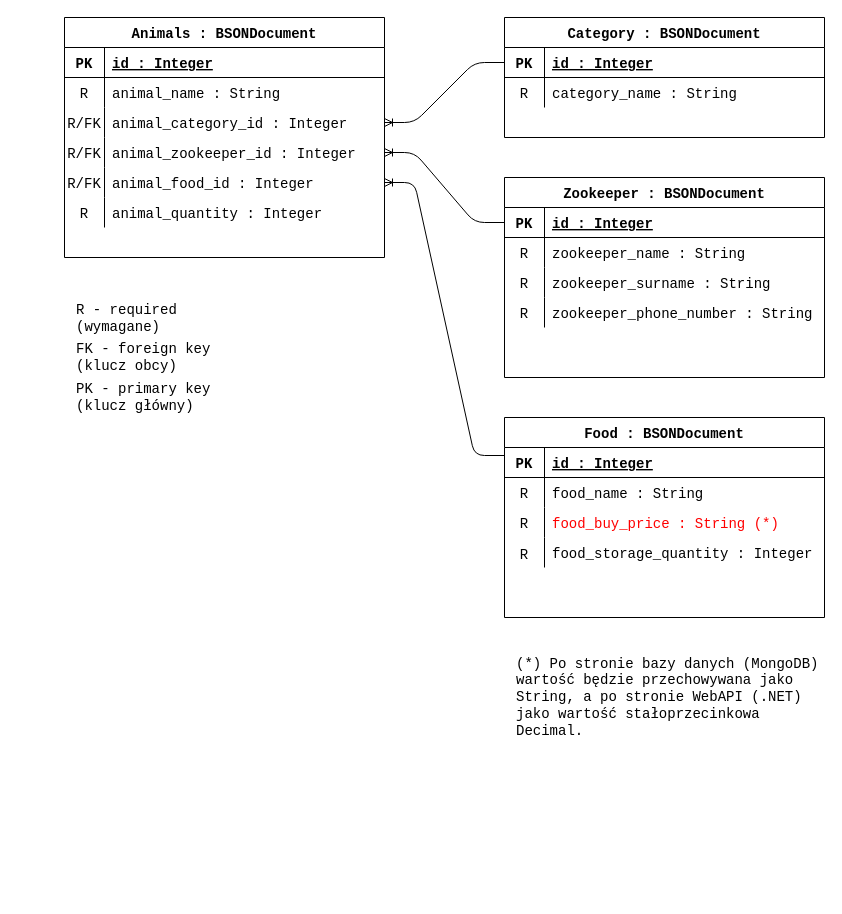
Above: assets/diagrams/PDM.drawio in LukaszMichalsky/Project_TIU (draw.io), before the change. Source tidied: cells renumbered, new cells numbered last; positions are measured from the earlier drawing's top-left corner, leaving out a move shared by most shapes. Both pictures are drawn from the tidied source at 100%, with x=0, y=0 at pixel (64, 17).
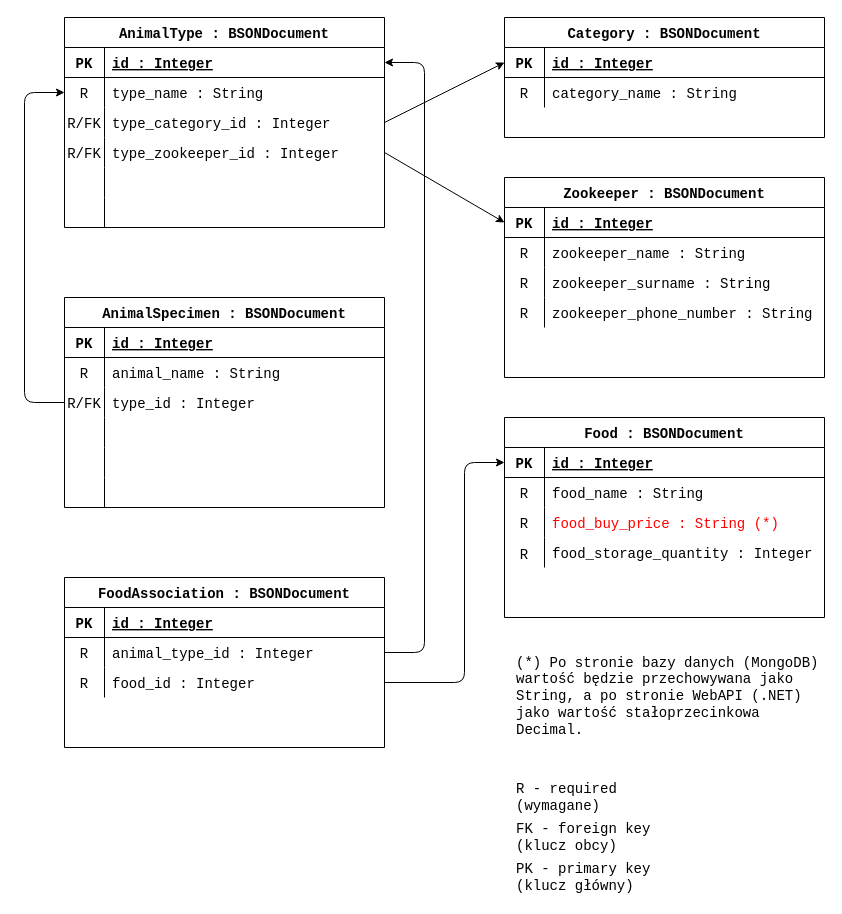
After the change.

Commit message:
Updated PDM diagram

Unchanged cells that the change refers to:
```xml
<mxCell id="3" style="shape=partialRectangle;fillColor=none;top=0;left=0;bottom=1;right=0;points=[[0,0.5],[1,0.5]];portConstraint=eastwest;fontFamily=Courier New;fontSize=14;" parent="2" vertex="1">
  <mxGeometry y="30" width="320" height="30" as="geometry" />
</mxCell>
<mxCell id="16" style="shape=partialRectangle;fillColor=none;top=0;left=0;bottom=1;right=0;points=[[0,0.5],[1,0.5]];portConstraint=eastwest;fontFamily=Courier New;fontSize=14;" parent="15" vertex="1">
  <mxGeometry y="30" width="320" height="30" as="geometry" />
</mxCell>
<mxCell id="24" style="shape=partialRectangle;fillColor=none;top=0;left=0;bottom=1;right=0;points=[[0,0.5],[1,0.5]];portConstraint=eastwest;fontFamily=Courier New;fontSize=14;" parent="23" vertex="1">
  <mxGeometry y="30" width="320" height="30" as="geometry" />
</mxCell>
<mxCell id="38" style="group;fontFamily=Courier New;fontSize=14;" parent="1" vertex="1">
  <mxGeometry width="320" height="240" as="geometry" />
</mxCell>
<mxCell id="40" style="shape=partialRectangle;fillColor=none;top=0;left=0;bottom=1;right=0;points=[[0,0.5],[1,0.5]];portConstraint=eastwest;fontFamily=Courier New;fontSize=14;" parent="39" vertex="1">
  <mxGeometry y="30" width="320" height="30" as="geometry" />
</mxCell>
<mxCell id="43" style="shape=partialRectangle;fillColor=none;top=0;left=0;bottom=0;right=0;points=[[0,0.5],[1,0.5]];portConstraint=eastwest;fontFamily=Courier New;fontSize=14;" parent="39" vertex="1">
  <mxGeometry y="60" width="320" height="30" as="geometry" />
</mxCell>
<mxCell id="46" style="shape=partialRectangle;fillColor=none;top=0;left=0;bottom=0;right=0;points=[[0,0.5],[1,0.5]];portConstraint=eastwest;fontFamily=Courier New;fontSize=14;" parent="39" vertex="1">
  <mxGeometry y="90" width="320" height="30" as="geometry" />
</mxCell>
<mxCell id="49" style="shape=partialRectangle;fillColor=none;top=0;left=0;bottom=0;right=0;points=[[0,0.5],[1,0.5]];portConstraint=eastwest;fontFamily=Courier New;fontSize=14;" parent="39" vertex="1">
  <mxGeometry y="120" width="320" height="30" as="geometry" />
</mxCell>
<mxCell id="52" style="shape=partialRectangle;fillColor=none;top=0;left=0;bottom=0;right=0;points=[[0,0.5],[1,0.5]];portConstraint=eastwest;fontFamily=Courier New;fontSize=14;" parent="39" vertex="1">
  <mxGeometry y="150" width="320" height="30" as="geometry" />
</mxCell>
<mxCell id="55" style="shape=partialRectangle;fillColor=none;top=0;left=0;bottom=0;right=0;fontFamily=Courier New;fontSize=14;" parent="39" vertex="1">
  <mxGeometry y="180" width="320" height="30" as="geometry" />
</mxCell>
```

What changed in the source:
```diff
@@
-    <mxCell id="39" value="Animals : BSONDocument" style="shape=table;startSize=30;childLayout=tableLayout;rowLines=0;fontStyle=1;align=center;fontFamily=Courier New;fontSize=14;" parent="38" vertex="1">
-      <mxGeometry width="320" height="240" as="geometry" />
+    <mxCell id="39" value="AnimalType : BSONDocument" style="shape=table;startSize=30;childLayout=tableLayout;rowLines=0;fontStyle=1;align=center;fontFamily=Courier New;fontSize=14;" parent="38" vertex="1">
+      <mxGeometry width="320" height="210" as="geometry" />
     </mxCell>
@@
-    <mxCell id="45" value="animal_name : String" style="shape=partialRectangle;fillColor=none;top=0;left=0;bottom=0;right=0;align=left;spacingLeft=6;overflow=hidden;fontFamily=Courier New;fontSize=14;" parent="43" vertex="1">
+    <mxCell id="45" value="type_name : String" style="shape=partialRectangle;fillColor=none;top=0;left=0;bottom=0;right=0;align=left;spacingLeft=6;overflow=hidden;fontFamily=Courier New;fontSize=14;" parent="43" vertex="1">
       <mxGeometry x="40" width="280" height="30" as="geometry" />
     </mxCell>
@@
-    <mxCell id="48" value="animal_category_id : Integer" style="shape=partialRectangle;fillColor=none;top=0;left=0;bottom=0;right=0;align=left;spacingLeft=6;overflow=hidden;fontFamily=Courier New;fontSize=14;" parent="46" vertex="1">
+    <mxCell id="48" value="type_category_id : Integer" style="shape=partialRectangle;fillColor=none;top=0;left=0;bottom=0;right=0;align=left;spacingLeft=6;overflow=hidden;fontFamily=Courier New;fontSize=14;" parent="46" vertex="1">
       <mxGeometry x="40" width="280" height="30" as="geometry" />
     </mxCell>
@@
-    <mxCell id="51" value="animal_zookeeper_id : Integer" style="shape=partialRectangle;fillColor=none;top=0;left=0;bottom=0;right=0;align=left;spacingLeft=6;overflow=hidden;fontFamily=Courier New;fontSize=14;" parent="49" vertex="1">
+    <mxCell id="51" value="type_zookeeper_id : Integer" style="shape=partialRectangle;fillColor=none;top=0;left=0;bottom=0;right=0;align=left;spacingLeft=6;overflow=hidden;fontFamily=Courier New;fontSize=14;" parent="49" vertex="1">
       <mxGeometry x="40" width="280" height="30" as="geometry" />
     </mxCell>
@@
-    <mxCell id="53" value="R/FK" style="shape=partialRectangle;fillColor=none;top=0;left=0;bottom=0;right=0;overflow=hidden;fontFamily=Courier New;fontSize=14;" parent="52" vertex="1">
+    <mxCell id="53" style="shape=partialRectangle;fillColor=none;top=0;left=0;bottom=0;right=0;overflow=hidden;fontFamily=Courier New;fontSize=14;" parent="52" vertex="1">
       <mxGeometry width="40" height="30" as="geometry" />
     </mxCell>
-    <mxCell id="54" value="animal_food_id : Integer" style="shape=partialRectangle;fillColor=none;top=0;left=0;bottom=0;right=0;align=left;spacingLeft=6;overflow=hidden;fontFamily=Courier New;fontSize=14;" parent="52" vertex="1">
+    <mxCell id="54" style="shape=partialRectangle;fillColor=none;top=0;left=0;bottom=0;right=0;align=left;spacingLeft=6;overflow=hidden;fontFamily=Courier New;fontSize=14;" parent="52" vertex="1">
       <mxGeometry x="40" width="280" height="30" as="geometry" />
     </mxCell>
@@
-    <mxCell id="56" value="R" style="shape=partialRectangle;fillColor=none;top=0;left=0;bottom=0;right=0;overflow=hidden;fontFamily=Courier New;fontSize=14;" parent="55" vertex="1">
+    <mxCell id="56" style="shape=partialRectangle;fillColor=none;top=0;left=0;bottom=0;right=0;overflow=hidden;fontFamily=Courier New;fontSize=14;" parent="55" vertex="1">
       <mxGeometry width="40" height="30" as="geometry" />
     </mxCell>
-    <mxCell id="57" value="animal_quantity : Integer" style="shape=partialRectangle;fillColor=none;top=0;left=0;bottom=0;right=0;align=left;spacingLeft=6;overflow=hidden;fontFamily=Courier New;fontSize=14;" parent="55" vertex="1">
+    <mxCell id="57" style="shape=partialRectangle;fillColor=none;top=0;left=0;bottom=0;right=0;align=left;spacingLeft=6;overflow=hidden;fontFamily=Courier New;fontSize=14;" parent="55" vertex="1">
       <mxGeometry x="40" width="280" height="30" as="geometry" />
     </mxCell>
-    <mxCell id="58" style="edgeStyle=entityRelationEdgeStyle;fontSize=14;html=1;endArrow=ERoneToMany;exitX=0;exitY=0.5;exitDx=0;exitDy=0;fontFamily=Courier New;" parent="1" edge="1" source="3" target="49">
-      <mxGeometry relative="1" as="geometry" />
-    </mxCell>
-    <mxCell id="59" style="edgeStyle=entityRelationEdgeStyle;fontSize=14;html=1;endArrow=ERoneToMany;exitX=0;exitY=0.5;exitDx=0;exitDy=0;fontFamily=Courier New;" parent="1" edge="1" source="16" target="46">
-      <mxGeometry relative="1" as="geometry" />
-    </mxCell>
-    <mxCell id="60" style="edgeStyle=entityRelationEdgeStyle;fontSize=14;html=1;endArrow=ERoneToMany;exitX=0;exitY=0.267;exitDx=0;exitDy=0;exitPerimeter=0;fontFamily=Courier New;" parent="1" edge="1" source="24" target="52">
-      <mxGeometry relative="1" as="geometry" />
-    </mxCell>
     <mxCell id="61" value="&lt;div&gt;R - required&lt;/div&gt;&lt;div&gt;(wymagane)&lt;/div&gt;" style="text;html=1;strokeColor=none;fillColor=none;align=left;verticalAlign=middle;whiteSpace=wrap;rounded=0;fontFamily=Courier New;fontSize=14;spacingLeft=10;" parent="1" vertex="1">
-      <mxGeometry y="281" width="240" height="39" as="geometry" />
+      <mxGeometry x="440" y="760.5" width="240" height="39" as="geometry" />
     </mxCell>
     <mxCell id="62" value="&lt;div&gt;FK - foreign key&lt;/div&gt;&lt;div&gt;(klucz obcy)&lt;br&gt;&lt;/div&gt;" style="text;html=1;strokeColor=none;fillColor=none;align=left;verticalAlign=middle;whiteSpace=wrap;rounded=0;fontFamily=Courier New;fontSize=14;spacingLeft=10;" parent="1" vertex="1">
-      <mxGeometry y="320" width="240" height="40" as="geometry" />
+      <mxGeometry x="440" y="799.5" width="240" height="40" as="geometry" />
     </mxCell>
     <mxCell id="63" value="&lt;div&gt;(*) Po stronie bazy danych (MongoDB)&lt;/div&gt;&lt;div&gt;wartość będzie przechowywana jako&lt;/div&gt;&lt;div&gt;String, a po stronie WebAPI (.NET)&lt;/div&gt;&lt;div&gt;jako wartość stałoprzecinkowa Decimal.&lt;br&gt;&lt;/div&gt;" style="text;html=1;strokeColor=none;fillColor=none;align=left;verticalAlign=middle;whiteSpace=wrap;rounded=0;fontFamily=Courier New;fontSize=14;spacingLeft=10;" parent="1" vertex="1">
-      <mxGeometry x="440" y="640" width="320" height="80" as="geometry" />
+      <mxGeometry x="440" y="639" width="320" height="80" as="geometry" />
     </mxCell>
     <mxCell id="64" value="&lt;div&gt;PK - primary key&lt;/div&gt;&lt;div&gt;(klucz główny)&lt;br&gt;&lt;/div&gt;" style="text;html=1;strokeColor=none;fillColor=none;align=left;verticalAlign=middle;whiteSpace=wrap;rounded=0;fontFamily=Courier New;fontSize=14;spacingLeft=10;" parent="1" vertex="1">
-      <mxGeometry y="360" width="240" height="40" as="geometry" />
+      <mxGeometry x="440" y="839.5" width="240" height="40" as="geometry" />
     </mxCell>
+    <mxCell id="65" style="group;fontFamily=Courier New;fontSize=14;" parent="1" vertex="1">
+      <mxGeometry y="280" width="320" height="160" as="geometry" />
+    </mxCell>
+    <mxCell id="66" value="AnimalSpecimen : BSONDocument" style="shape=table;startSize=30;childLayout=tableLayout;rowLines=0;fontStyle=1;align=center;fontFamily=Courier New;fontSize=14;" parent="65" vertex="1">
+      <mxGeometry width="320" height="210" as="geometry" />
+    </mxCell>
+    <mxCell id="67" style="shape=partialRectangle;fillColor=none;top=0;left=0;bottom=1;right=0;fontFamily=Courier New;fontSize=14;" parent="66" vertex="1">
+      <mxGeometry y="30" width="320" height="30" as="geometry" />
+    </mxCell>
+    <mxCell id="68" value="PK" style="shape=partialRectangle;fillColor=none;top=0;left=0;bottom=0;right=0;fontStyle=1;overflow=hidden;fontFamily=Courier New;fontSize=14;" parent="67" vertex="1">
+      <mxGeometry width="40" height="30" as="geometry" />
+    </mxCell>
+    <mxCell id="69" value="id : Integer" style="shape=partialRectangle;fillColor=none;top=0;left=0;bottom=0;right=0;align=left;spacingLeft=6;fontStyle=5;overflow=hidden;fontFamily=Courier New;fontSize=14;" parent="67" vertex="1">
+      <mxGeometry x="40" width="280" height="30" as="geometry" />
+    </mxCell>
+    <mxCell id="70" style="shape=partialRectangle;fillColor=none;top=0;left=0;bottom=0;right=0;fontFamily=Courier New;fontSize=14;" parent="66" vertex="1">
+      <mxGeometry y="60" width="320" height="30" as="geometry" />
+    </mxCell>
+    <mxCell id="71" value="R" style="shape=partialRectangle;fillColor=none;top=0;left=0;bottom=0;right=0;overflow=hidden;fontFamily=Courier New;fontSize=14;" parent="70" vertex="1">
+      <mxGeometry width="40" height="30" as="geometry" />
+    </mxCell>
+    <mxCell id="72" value="animal_name : String" style="shape=partialRectangle;fillColor=none;top=0;left=0;bottom=0;right=0;align=left;spacingLeft=6;overflow=hidden;fontFamily=Courier New;fontSize=14;" parent="70" vertex="1">
+      <mxGeometry x="40" width="280" height="30" as="geometry" />
+    </mxCell>
+    <mxCell id="73" style="shape=partialRectangle;fillColor=none;top=0;left=0;bottom=0;right=0;fontFamily=Courier New;fontSize=14;" parent="66" vertex="1">
+      <mxGeometry y="90" width="320" height="30" as="geometry" />
+    </mxCell>
+    <mxCell id="74" value="R/FK" style="shape=partialRectangle;fillColor=none;top=0;left=0;bottom=0;right=0;overflow=hidden;fontFamily=Courier New;fontSize=14;" parent="73" vertex="1">
+      <mxGeometry width="40" height="30" as="geometry" />
+    </mxCell>
+    <mxCell id="75" value="type_id : Integer" style="shape=partialRectangle;fillColor=none;top=0;left=0;bottom=0;right=0;align=left;spacingLeft=6;overflow=hidden;fontFamily=Courier New;fontSize=14;" parent="73" vertex="1">
+      <mxGeometry x="40" width="280" height="30" as="geometry" />
+    </mxCell>
+    <mxCell id="76" style="shape=partialRectangle;fillColor=none;top=0;left=0;bottom=0;right=0;fontFamily=Courier New;fontSize=14;" parent="66" vertex="1">
+      <mxGeometry y="120" width="320" height="30" as="geometry" />
+    </mxCell>
+    <mxCell id="77" style="shape=partialRectangle;fillColor=none;top=0;left=0;bottom=0;right=0;overflow=hidden;fontFamily=Courier New;fontSize=14;" parent="76" vertex="1">
+      <mxGeometry width="40" height="30" as="geometry" />
+    </mxCell>
+    <mxCell id="78" style="shape=partialRectangle;fillColor=none;top=0;left=0;bottom=0;right=0;align=left;spacingLeft=6;overflow=hidden;fontFamily=Courier New;fontSize=14;" parent="76" vertex="1">
+      <mxGeometry x="40" width="280" height="30" as="geometry" />
+    </mxCell>
+    <mxCell id="79" style="shape=partialRectangle;fillColor=none;top=0;left=0;bottom=0;right=0;fontFamily=Courier New;fontSize=14;" parent="66" vertex="1">
+      <mxGeometry y="150" width="320" height="30" as="geometry" />
+    </mxCell>
+    <mxCell id="80" style="shape=partialRectangle;fillColor=none;top=0;left=0;bottom=0;right=0;overflow=hidden;fontFamily=Courier New;fontSize=14;" parent="79" vertex="1">
+      <mxGeometry width="40" height="30" as="geometry" />
+    </mxCell>
+    <mxCell id="81" style="shape=partialRectangle;fillColor=none;top=0;left=0;bottom=0;right=0;align=left;spacingLeft=6;overflow=hidden;fontFamily=Courier New;fontSize=14;" parent="79" vertex="1">
+      <mxGeometry x="40" width="280" height="30" as="geometry" />
+    </mxCell>
+    <mxCell id="82" style="shape=partialRectangle;fillColor=none;top=0;left=0;bottom=0;right=0;fontFamily=Courier New;fontSize=14;" parent="66" vertex="1">
+      <mxGeometry y="180" width="320" height="30" as="geometry" />
+    </mxCell>
+    <mxCell id="83" style="shape=partialRectangle;fillColor=none;top=0;left=0;bottom=0;right=0;overflow=hidden;fontFamily=Courier New;fontSize=14;" parent="82" vertex="1">
+      <mxGeometry width="40" height="30" as="geometry" />
+    </mxCell>
+    <mxCell id="84" style="shape=partialRectangle;fillColor=none;top=0;left=0;bottom=0;right=0;align=left;spacingLeft=6;overflow=hidden;fontFamily=Courier New;fontSize=14;" parent="82" vertex="1">
+      <mxGeometry x="40" width="280" height="30" as="geometry" />
+    </mxCell>
+    <mxCell id="85" style="endArrow=classic;html=1;fontFamily=Courier New;entryX=0;entryY=0.5;entryDx=0;entryDy=0;exitX=1;exitY=0.5;exitDx=0;exitDy=0;" parent="1" edge="1" source="46" target="16">
+      <mxGeometry relative="1" as="geometry" />
+    </mxCell>
+    <mxCell id="86" style="endArrow=classic;html=1;fontFamily=Courier New;entryX=0;entryY=0.5;entryDx=0;entryDy=0;exitX=1;exitY=0.5;exitDx=0;exitDy=0;" parent="1" edge="1" source="49" target="3">
+      <mxGeometry relative="1" as="geometry" />
+    </mxCell>
+    <mxCell id="87" style="endArrow=classic;html=1;fontFamily=Courier New;edgeStyle=elbowEdgeStyle;entryX=0;entryY=0.5;entryDx=0;entryDy=0;" parent="1" edge="1" target="43">
+      <mxGeometry relative="1" as="geometry">
+        <mxPoint y="385" as="sourcePoint" />
+        <Array as="points">
+          <mxPoint x="-40" y="233" />
+        </Array>
+      </mxGeometry>
+    </mxCell>
+    <mxCell id="88" style="group;fontFamily=Courier New;fontSize=14;" parent="1" vertex="1">
+      <mxGeometry y="560" width="320" height="200" as="geometry" />
+    </mxCell>
+    <mxCell id="89" value="FoodAssociation : BSONDocument" style="shape=table;startSize=30;childLayout=tableLayout;rowLines=0;fontStyle=1;align=center;fontFamily=Courier New;fontSize=14;" parent="88" vertex="1">
+      <mxGeometry width="320" height="170" as="geometry" />
+    </mxCell>
+    <mxCell id="90" style="shape=partialRectangle;fillColor=none;top=0;left=0;bottom=1;right=0;fontFamily=Courier New;fontSize=14;" parent="89" vertex="1">
+      <mxGeometry y="30" width="320" height="30" as="geometry" />
+    </mxCell>
+    <mxCell id="91" value="PK" style="shape=partialRectangle;fillColor=none;top=0;left=0;bottom=0;right=0;fontStyle=1;overflow=hidden;fontFamily=Courier New;fontSize=14;" parent="90" vertex="1">
+      <mxGeometry width="40" height="30" as="geometry" />
+    </mxCell>
+    <mxCell id="92" value="id : Integer" style="shape=partialRectangle;fillColor=none;top=0;left=0;bottom=0;right=0;align=left;spacingLeft=6;fontStyle=5;overflow=hidden;fontFamily=Courier New;fontSize=14;" parent="90" vertex="1">
+      <mxGeometry x="40" width="280" height="30" as="geometry" />
+    </mxCell>
+    <mxCell id="93" style="shape=partialRectangle;fillColor=none;top=0;left=0;bottom=0;right=0;points=[[0,0.5],[1,0.5]];portConstraint=eastwest;fontFamily=Courier New;fontSize=14;" parent="89" vertex="1">
+      <mxGeometry y="60" width="320" height="30" as="geometry" />
+    </mxCell>
+    <mxCell id="94" value="R" style="shape=partialRectangle;fillColor=none;top=0;left=0;bottom=0;right=0;overflow=hidden;fontFamily=Courier New;fontSize=14;" parent="93" vertex="1">
+      <mxGeometry width="40" height="30" as="geometry" />
+    </mxCell>
+    <mxCell id="95" value="animal_type_id : Integer" style="shape=partialRectangle;fillColor=none;top=0;left=0;bottom=0;right=0;align=left;spacingLeft=6;overflow=hidden;fontFamily=Courier New;fontSize=14;" parent="93" vertex="1">
+      <mxGeometry x="40" width="280" height="30" as="geometry" />
+    </mxCell>
+    <mxCell id="96" style="shape=partialRectangle;fillColor=none;top=0;left=0;bottom=0;right=0;points=[[0,0.5],[1,0.5]];portConstraint=eastwest;fontFamily=Courier New;fontSize=14;" parent="89" vertex="1">
+      <mxGeometry y="90" width="320" height="30" as="geometry" />
+    </mxCell>
+    <mxCell id="97" style="shape=partialRectangle;fillColor=none;top=0;left=0;bottom=0;right=0;overflow=hidden;fontFamily=Courier New;fontSize=14;" parent="96" vertex="1">
+      <mxGeometry width="40" height="30" as="geometry" />
+    </mxCell>
+    <mxCell id="98" value="food_id : Integer" style="shape=partialRectangle;fillColor=none;top=0;left=0;bottom=0;right=0;align=left;spacingLeft=6;overflow=hidden;fontFamily=Courier New;fontSize=14;" parent="96" vertex="1">
+      <mxGeometry x="40" width="280" height="30" as="geometry" />
+    </mxCell>
+    <mxCell id="99" value="R" style="shape=partialRectangle;fillColor=none;top=0;left=0;bottom=0;right=0;overflow=hidden;fontFamily=Courier New;fontSize=14;" parent="88" vertex="1">
+      <mxGeometry y="86" width="40" height="37.5" as="geometry" />
+    </mxCell>
+    <mxCell id="100" style="endArrow=classic;html=1;fontFamily=Courier New;edgeStyle=elbowEdgeStyle;entryX=1;entryY=0.5;entryDx=0;entryDy=0;exitX=1;exitY=0.5;exitDx=0;exitDy=0;" parent="1" edge="1" source="93" target="40">
+      <mxGeometry relative="1" as="geometry">
+        <Array as="points">
+          <mxPoint x="360" y="479" />
+        </Array>
+      </mxGeometry>
+    </mxCell>
+    <mxCell id="101" style="endArrow=classic;html=1;fontFamily=Courier New;edgeStyle=elbowEdgeStyle;entryX=0;entryY=0.5;entryDx=0;entryDy=0;exitX=1;exitY=0.5;exitDx=0;exitDy=0;" parent="1" edge="1" source="96" target="24">
+      <mxGeometry relative="1" as="geometry">
+        <Array as="points">
+          <mxPoint x="400" y="430" />
+          <mxPoint x="400" y="360" />
+          <mxPoint x="370" y="489" />
+        </Array>
+      </mxGeometry>
+    </mxCell>
```
